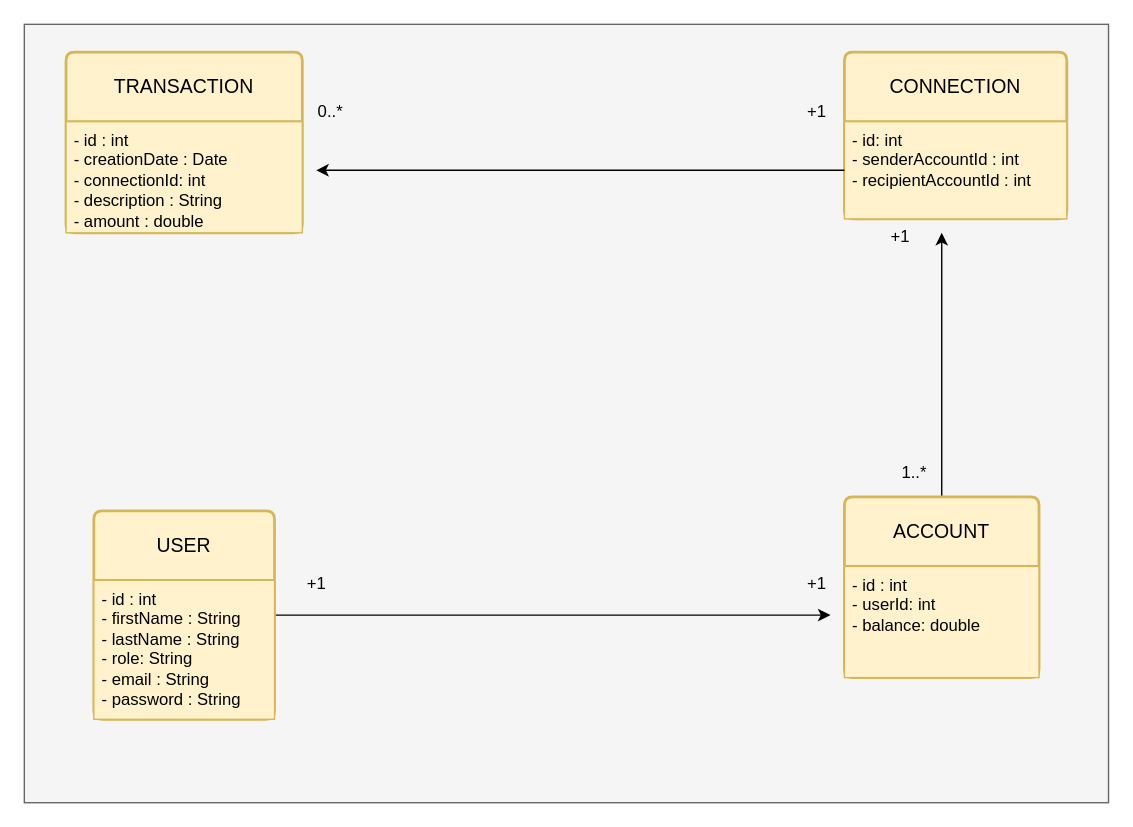
The draw.io diagram mcd-pmb.drawio in PhilAuto83/PayMyBuddy-PM, before the edit. Source tidied: cells renumbered, new cells numbered last; positions are measured from the earlier drawing's top-left corner, leaving out a move shared by most shapes. Both pictures are drawn from the tidied source at 139%, with x=0, y=0 at pixel (24, 24).
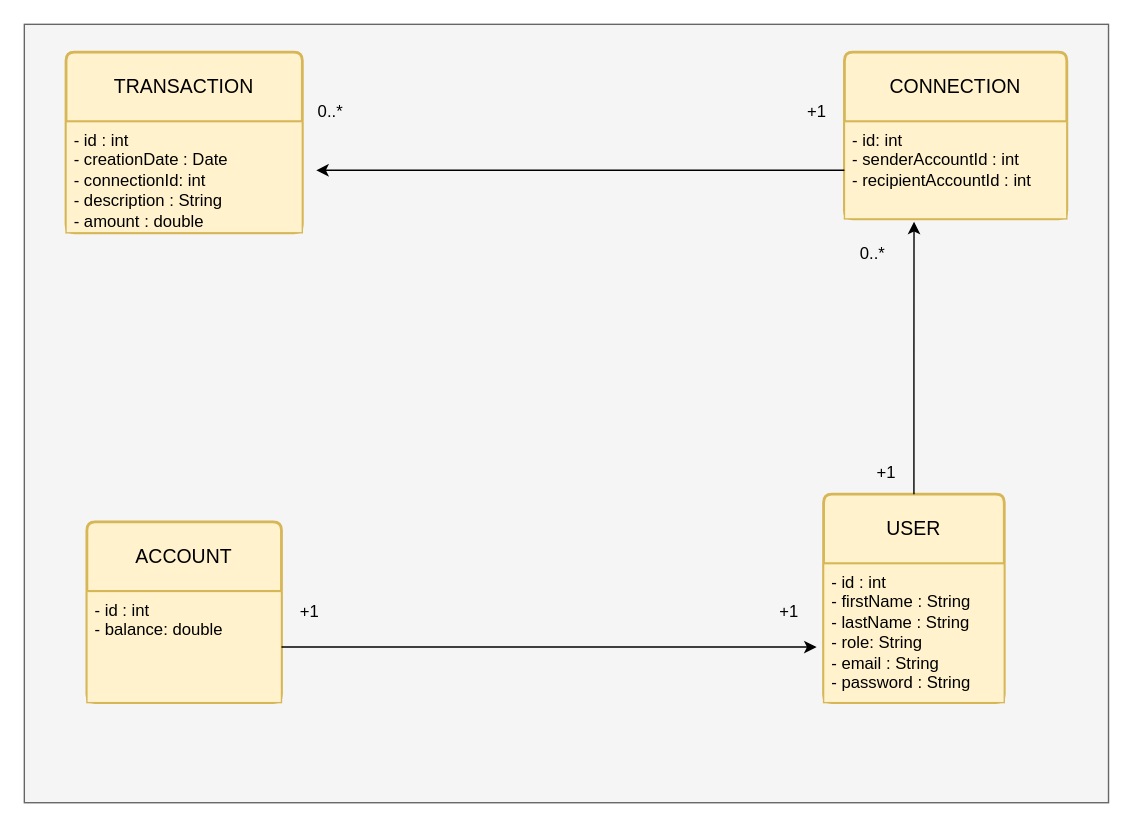
The same page after the edit.

Commit message (it also covers changes not shown here):
changing uml for mcd and mpd with user connected to connection

Unchanged cells that the change refers to:
```xml
<mxCell id="9" value="- id: int&lt;div&gt;- senderAccountId : int&lt;br&gt;- recipientAccountId : int&lt;div&gt;&lt;br&gt;&lt;/div&gt;&lt;/div&gt;" style="align=left;strokeColor=#d6b656;fillColor=#fff2cc;spacingLeft=4;fontSize=12;verticalAlign=top;html=1;" parent="8" vertex="1">
  <mxGeometry y="50" width="160" height="70" as="geometry" />
</mxCell>
```

The edit, as a diff of the source:
```diff
@@
-    <mxCell id="3" style="edgeStyle=orthogonalEdgeStyle;rounded=0;jettySize=auto;html=1;" parent="1" edge="1" source="4">
-      <mxGeometry relative="1" as="geometry">
-        <mxPoint x="580" y="425" as="targetPoint" />
-      </mxGeometry>
-    </mxCell>
     <mxCell id="4" value="USER" style="swimlane;horizontal=1;startSize=50;rounded=1;fontSize=14;fontStyle=0;strokeWidth=2;shadow=0;dashed=0;align=center;arcSize=4;whiteSpace=wrap;html=1;fillColor=#fff2cc;strokeColor=#d6b656;" parent="1" vertex="1">
-      <mxGeometry x="50" y="350" width="130" height="150" as="geometry" />
+      <mxGeometry x="575" y="338" width="130" height="150" as="geometry" />
     </mxCell>
@@
-    <mxCell id="10" style="edgeStyle=orthogonalEdgeStyle;rounded=0;jettySize=auto;html=1;" parent="1" edge="1" source="11">
-      <mxGeometry relative="1" as="geometry">
-        <mxPoint x="660" y="150" as="targetPoint" />
-      </mxGeometry>
-    </mxCell>
     <mxCell id="11" value="ACCOUNT" style="swimlane;horizontal=1;startSize=50;rounded=1;fontSize=14;fontStyle=0;strokeWidth=2;shadow=0;dashed=0;align=center;arcSize=4;whiteSpace=wrap;html=1;fillColor=#fff2cc;strokeColor=#d6b656;" parent="1" vertex="1">
-      <mxGeometry x="590" y="340" width="140" height="130" as="geometry" />
+      <mxGeometry x="45" y="358" width="140" height="130" as="geometry" />
     </mxCell>
-    <mxCell id="12" value="- id : int&lt;div&gt;- userId: int&lt;br&gt;&lt;div&gt;- balance: double&lt;/div&gt;&lt;div&gt;&lt;br&gt;&lt;/div&gt;&lt;div&gt;&lt;br&gt;&lt;/div&gt;&lt;/div&gt;" style="align=left;strokeColor=#d6b656;fillColor=#fff2cc;spacingLeft=4;fontSize=12;verticalAlign=top;html=1;" parent="11" vertex="1">
+    <mxCell id="12" value="- id : int&lt;div&gt;&lt;div&gt;- balance: double&lt;/div&gt;&lt;div&gt;&lt;br&gt;&lt;/div&gt;&lt;div&gt;&lt;br&gt;&lt;/div&gt;&lt;/div&gt;" style="align=left;strokeColor=#d6b656;fillColor=#fff2cc;spacingLeft=4;fontSize=12;verticalAlign=top;html=1;" parent="11" vertex="1">
       <mxGeometry y="50" width="140" height="80" as="geometry" />
     </mxCell>
@@
     <mxCell id="16" value="+1" style="text;html=1;align=center;verticalAlign=middle;strokeColor=none;fillColor=none;" parent="1" vertex="1">
-      <mxGeometry x="190" y="388" width="40" height="30" as="geometry" />
+      <mxGeometry x="185" y="408" width="40" height="30" as="geometry" />
     </mxCell>
-    <mxCell id="17" value="+1" style="text;html=1;align=center;verticalAlign=middle;strokeColor=none;fillColor=none;" parent="1" vertex="1">
-      <mxGeometry x="550" y="388" width="40" height="30" as="geometry" />
-    </mxCell>
-    <mxCell id="18" value="1..*" style="text;html=1;align=center;verticalAlign=middle;strokeColor=none;fillColor=none;" parent="1" vertex="1">
-      <mxGeometry x="620" y="308" width="40" height="30" as="geometry" />
-    </mxCell>
-    <mxCell id="19" value="+1" style="text;html=1;align=center;verticalAlign=middle;strokeColor=none;fillColor=none;" parent="1" vertex="1">
-      <mxGeometry x="610" y="138" width="40" height="30" as="geometry" />
-    </mxCell>
+    <mxCell id="20" style="edgeStyle=orthogonalEdgeStyle;rounded=0;jettySize=auto;html=1;" parent="1" edge="1" source="12">
+      <mxGeometry relative="1" as="geometry">
+        <mxPoint x="570" y="448" as="targetPoint" />
+      </mxGeometry>
+    </mxCell>
+    <mxCell id="21" value="+1" style="text;html=1;align=center;verticalAlign=middle;strokeColor=none;fillColor=none;" parent="1" vertex="1">
+      <mxGeometry x="530" y="408" width="40" height="30" as="geometry" />
+    </mxCell>
+    <mxCell id="22" style="edgeStyle=orthogonalEdgeStyle;rounded=0;jettySize=auto;html=1;entryX=0.313;entryY=1.029;entryDx=0;entryDy=0;entryPerimeter=0;" parent="1" edge="1" source="4" target="9">
+      <mxGeometry relative="1" as="geometry" />
+    </mxCell>
+    <mxCell id="23" value="+1" style="text;html=1;align=center;verticalAlign=middle;strokeColor=none;fillColor=none;" parent="1" vertex="1">
+      <mxGeometry x="600" y="308" width="40" height="30" as="geometry" />
+    </mxCell>
+    <mxCell id="24" value="0..*" style="text;html=1;align=center;verticalAlign=middle;strokeColor=none;fillColor=none;" parent="1" vertex="1">
+      <mxGeometry x="590" y="150" width="40" height="30" as="geometry" />
+    </mxCell>
```
